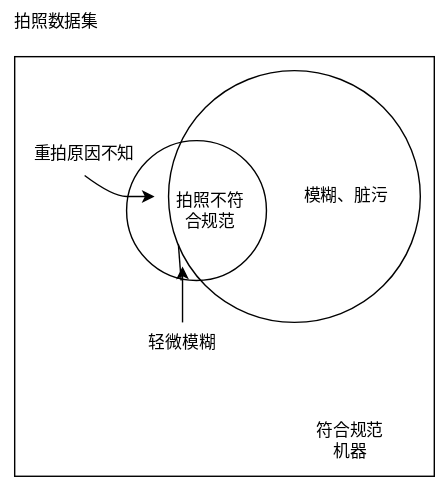
Before: 上架审核ab实验.drawio.svg, a diagram exported from draw.io (Linranran/my_images). Source tidied: cells renumbered, new cells last; positions are measured from the earlier drawing's top-left corner, leaving out a move shared by most shapes. The source it was exported from:
```xml
<mxGraphModel>
  <root>
    <mxCell id="0" />
    <mxCell id="1" parent="0" />
    <mxCell id="2" style="whiteSpace=wrap;html=1;fillColor=none;" parent="1" vertex="1">
      <mxGeometry x="10" y="40" width="300" height="300" as="geometry" />
    </mxCell>
    <mxCell id="3" style="ellipse;whiteSpace=wrap;html=1;fillColor=none;" parent="1" vertex="1">
      <mxGeometry x="90" y="100" width="100" height="100" as="geometry" />
    </mxCell>
    <mxCell id="4" style="ellipse;whiteSpace=wrap;html=1;fillColor=none;" parent="1" vertex="1">
      <mxGeometry x="120" y="50" width="180" height="180" as="geometry" />
    </mxCell>
    <mxCell id="5" value="符合规范机器" style="text;html=1;strokeColor=none;fillColor=none;align=center;verticalAlign=middle;whiteSpace=wrap;rounded=0;" parent="1" vertex="1">
      <mxGeometry x="220" y="300" width="60" height="30" as="geometry" />
    </mxCell>
    <mxCell id="6" value="拍照不符合规范" style="text;html=1;strokeColor=none;fillColor=none;align=center;verticalAlign=middle;whiteSpace=wrap;rounded=0;" parent="1" vertex="1">
      <mxGeometry x="120" y="135" width="60" height="30" as="geometry" />
    </mxCell>
    <mxCell id="7" value="拍照数据集" style="text;html=1;strokeColor=none;fillColor=none;align=center;verticalAlign=middle;whiteSpace=wrap;rounded=0;" parent="1" vertex="1">
      <mxGeometry width="80" height="30" as="geometry" />
    </mxCell>
    <mxCell id="8" value="模糊、脏污" style="text;html=1;strokeColor=none;fillColor=none;align=center;verticalAlign=middle;whiteSpace=wrap;rounded=0;" parent="1" vertex="1">
      <mxGeometry x="194" y="125" width="106" height="30" as="geometry" />
    </mxCell>
    <mxCell id="9" style="endArrow=none;html=1;rounded=0;entryX=0.039;entryY=0.689;entryDx=0;entryDy=0;entryPerimeter=0;exitX=0.39;exitY=1;exitDx=0;exitDy=0;exitPerimeter=0;" parent="1" edge="1" source="3" target="4">
      <mxGeometry relative="1" as="geometry" />
    </mxCell>
    <mxCell id="10" style="edgeStyle=orthogonalEdgeStyle;rounded=0;jettySize=auto;html=1;" parent="1" edge="1" source="11">
      <mxGeometry relative="1" as="geometry">
        <mxPoint x="130" y="190" as="targetPoint" />
      </mxGeometry>
    </mxCell>
    <mxCell id="11" value="轻微模糊" style="text;html=1;strokeColor=none;fillColor=none;align=center;verticalAlign=middle;whiteSpace=wrap;rounded=0;" parent="1" vertex="1">
      <mxGeometry x="100" y="230" width="60" height="30" as="geometry" />
    </mxCell>
    <mxCell id="12" value="重拍原因不知" style="text;html=1;strokeColor=none;fillColor=none;align=center;verticalAlign=middle;whiteSpace=wrap;rounded=0;" parent="1" vertex="1">
      <mxGeometry x="20" y="95" width="80" height="30" as="geometry" />
    </mxCell>
    <mxCell id="13" style="curved=1;endArrow=classic;html=1;rounded=0;exitX=0.5;exitY=1;exitDx=0;exitDy=0;" parent="1" edge="1" source="12">
      <mxGeometry relative="1" as="geometry">
        <mxPoint x="110" y="140" as="targetPoint" />
        <Array as="points">
          <mxPoint x="80" y="140" />
          <mxPoint x="100" y="140" />
        </Array>
      </mxGeometry>
    </mxCell>
  </root>
</mxGraphModel>
```
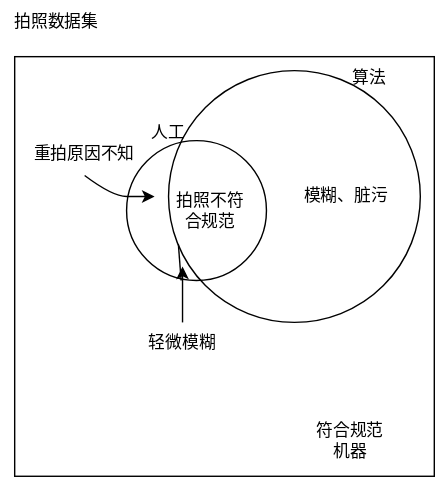
Later version of the same file.

Commit message:
Update 上架审核ab实验.drawio.svg

The edit, as a diff of the source:
```diff
@@ -46,5 +46,11 @@
         </Array>
       </mxGeometry>
     </mxCell>
+    <mxCell id="14" value="人工" style="text;html=1;strokeColor=none;fillColor=none;align=center;verticalAlign=middle;whiteSpace=wrap;rounded=0;" parent="1" vertex="1">
+      <mxGeometry x="90" y="80" width="60" height="30" as="geometry" />
+    </mxCell>
+    <mxCell id="15" value="算法" style="text;html=1;strokeColor=none;fillColor=none;align=center;verticalAlign=middle;whiteSpace=wrap;rounded=0;" parent="1" vertex="1">
+      <mxGeometry x="234" y="40" width="60" height="30" as="geometry" />
+    </mxCell>
   </root>
 </mxGraphModel>
```
